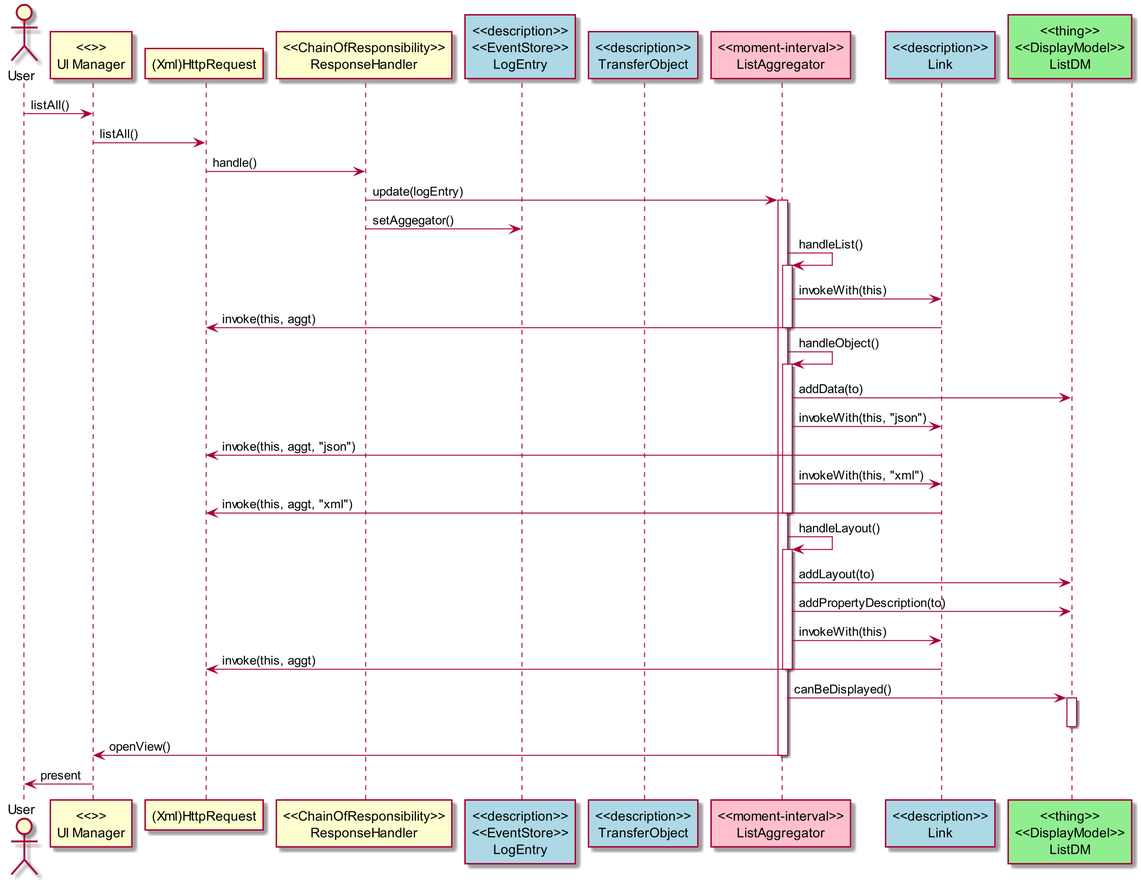
The PlantUML diagram incubator/clients/kroviz/docs/seq-aggregator.png in apache/causeway, before a commit.
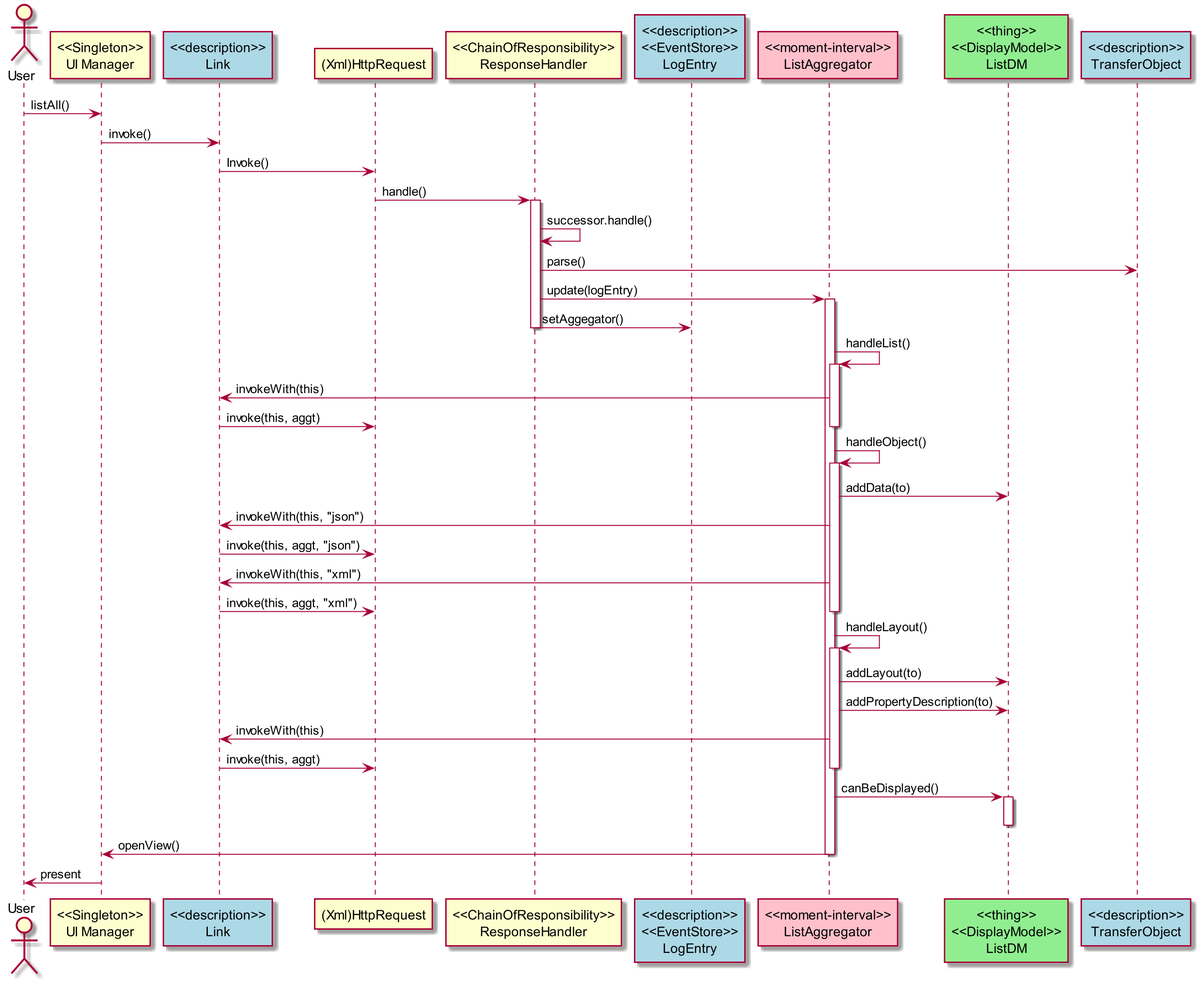
The same diagram one commit later.

What changed in the source:
```diff
@@ -3,21 +3,26 @@
 
 
 actor User
-participant "<<>>\nUI Manager" as UI
+participant "<<Singleton>>\nUI Manager" as UI
+participant "<<description>>\nLink" as LNK #LightBlue
 participant "(Xml)HttpRequest" as XHR
 participant "<<ChainOfResponsibility>>\nResponseHandler" as RH
 participant "<<description>>\n<<EventStore>>\nLogEntry" as LE #LightBlue
+participant "<<moment-interval>>\nListAggregator" as AGGT  #Pink
+participant "<<thing>>\n<<DisplayModel>>\nListDM" as DM #LightGreen
 participant "<<description>>\nTransferObject" as TO #LightBlue
-participant "<<moment-interval>>\nListAggregator" as AGGT  #Pink
-participant "<<description>>\nLink" as LNK #LightBlue
-participant "<<thing>>\n<<DisplayModel>>\nListDM" as DM #LightGreen
 
 User -> UI : listAll()
-UI -> XHR : listAll()
+UI -> LNK : invoke()
+LNK -> XHR : Invoke()
 XHR -> RH : handle()
+activate RH
+RH -> RH : successor.handle()
+RH -> TO : parse()
 RH -> AGGT : update(logEntry)
 activate AGGT
 RH -> LE : setAggegator()
+deactivate RH
 
 AGGT -> AGGT : handleList()
 activate AGGT
```
